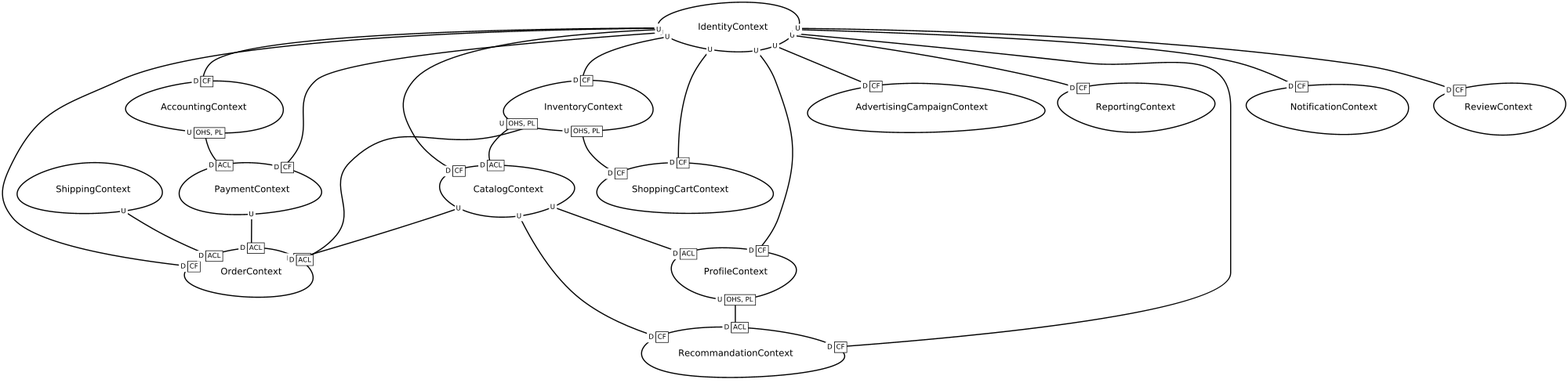
Above: src-gen/movies-albrains_ContextMap.png in movies-albrains/.github (Graphviz), before the change. Its source is kept beside it as src-gen/movies-albrains_ContextMap.gv.
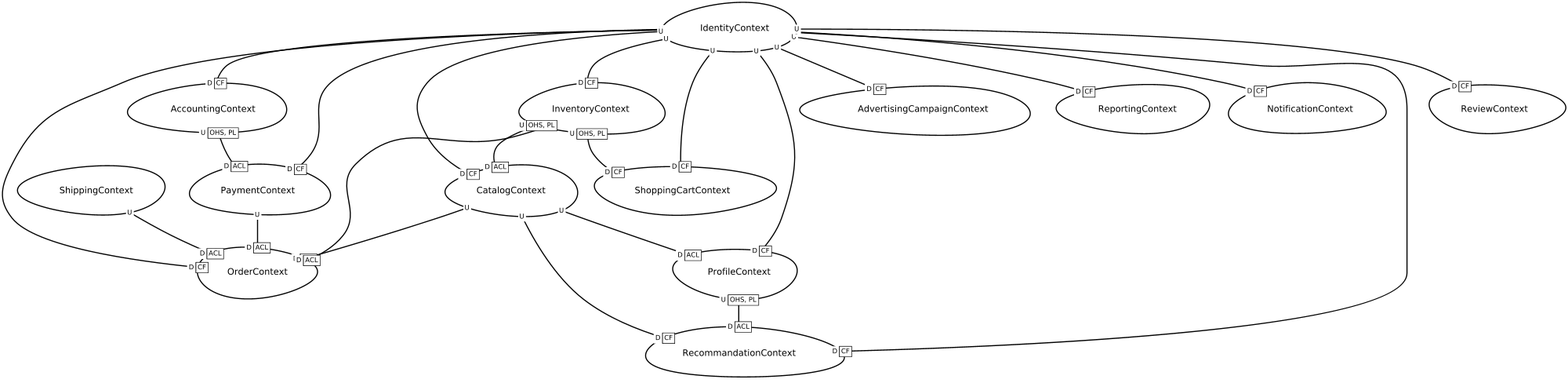
Later version of the same file.

The edit, as a diff of the source:
```diff
@@ -1,30 +1,25 @@
 digraph "ContextMapGraph" {
 graph ["imagepath"="/tmp/GraphvizJava"]
-"AccountingContext" ["margin"="0.3","orientation"="219","shape"="egg","fontsize"="16","style"="bold","label"="AccountingContext\n","fontname"="sans-serif"]
-"PaymentContext" ["margin"="0.3","orientation"="183","shape"="egg","fontsize"="16","style"="bold","label"="PaymentContext\n","fontname"="sans-serif"]
-"OrderContext" ["margin"="0.3","orientation"="90","shape"="egg","fontsize"="16","style"="bold","label"="OrderContext\n","fontname"="sans-serif"]
-"AdvertisingCampaignContext" ["margin"="0.3","orientation"="86","shape"="egg","fontsize"="16","style"="bold","label"="AdvertisingCampaignContext\n","fontname"="sans-serif"]
-"CatalogContext" ["margin"="0.3","orientation"="247","shape"="egg","fontsize"="16","style"="bold","label"="CatalogContext\n","fontname"="sans-serif"]
-"ProfileContext" ["margin"="0.3","orientation"="100","shape"="egg","fontsize"="16","style"="bold","label"="ProfileContext\n","fontname"="sans-serif"]
-"RecommandationContext" ["margin"="0.3","orientation"="197","shape"="egg","fontsize"="16","style"="bold","label"="RecommandationContext\n","fontname"="sans-serif"]
-"IdentityContext" ["margin"="0.3","orientation"="31","shape"="egg","fontsize"="16","style"="bold","label"="IdentityContext\n","fontname"="sans-serif"]
-"ReportingContext" ["margin"="0.3","orientation"="17","shape"="egg","fontsize"="16","style"="bold","label"="ReportingContext\n","fontname"="sans-serif"]
-"InventoryContext" ["margin"="0.3","orientation"="210","shape"="egg","fontsize"="16","style"="bold","label"="InventoryContext\n","fontname"="sans-serif"]
-"ShoppingCartContext" ["margin"="0.3","orientation"="139","shape"="egg","fontsize"="16","style"="bold","label"="ShoppingCartContext\n","fontname"="sans-serif"]
-"NotificationContext" ["margin"="0.3","orientation"="112","shape"="egg","fontsize"="16","style"="bold","label"="NotificationContext\n","fontname"="sans-serif"]
-"ReviewContext" ["margin"="0.3","orientation"="112","shape"="egg","fontsize"="16","style"="bold","label"="ReviewContext\n","fontname"="sans-serif"]
-"ShippingContext" ["margin"="0.3","orientation"="9","shape"="egg","fontsize"="16","style"="bold","label"="ShippingContext\n","fontname"="sans-serif"]
+"AccountingContext" ["margin"="0.3","orientation"="323","shape"="egg","fontsize"="16","style"="bold","label"="AccountingContext\n","fontname"="sans-serif"]
+"PaymentContext" ["margin"="0.3","orientation"="195","shape"="egg","fontsize"="16","style"="bold","label"="PaymentContext\n","fontname"="sans-serif"]
+"OrderContext" ["margin"="0.3","orientation"="234","shape"="egg","fontsize"="16","style"="bold","label"="OrderContext\n","fontname"="sans-serif"]
+"AdvertisingCampaignContext" ["margin"="0.3","orientation"="309","shape"="egg","fontsize"="16","style"="bold","label"="AdvertisingCampaignContext\n","fontname"="sans-serif"]
+"CatalogContext" ["margin"="0.3","orientation"="117","shape"="egg","fontsize"="16","style"="bold","label"="CatalogContext\n","fontname"="sans-serif"]
+"ProfileContext" ["margin"="0.3","orientation"="288","shape"="egg","fontsize"="16","style"="bold","label"="ProfileContext\n","fontname"="sans-serif"]
+"RecommandationContext" ["margin"="0.3","orientation"="62","shape"="egg","fontsize"="16","style"="bold","label"="RecommandationContext\n","fontname"="sans-serif"]
+"IdentityContext" ["margin"="0.3","orientation"="305","shape"="egg","fontsize"="16","style"="bold","label"="IdentityContext\n","fontname"="sans-serif"]
+"ReportingContext" ["margin"="0.3","orientation"="203","shape"="egg","fontsize"="16","style"="bold","label"="ReportingContext\n","fontname"="sans-serif"]
+"NotificationContext" ["margin"="0.3","orientation"="232","shape"="egg","fontsize"="16","style"="bold","label"="NotificationContext\n","fontname"="sans-serif"]
+"InventoryContext" ["margin"="0.3","orientation"="32","shape"="egg","fontsize"="16","style"="bold","label"="InventoryContext\n","fontname"="sans-serif"]
+"ShoppingCartContext" ["margin"="0.3","orientation"="20","shape"="egg","fontsize"="16","style"="bold","label"="ShoppingCartContext\n","fontname"="sans-serif"]
+"ReviewContext" ["margin"="0.3","orientation"="279","shape"="egg","fontsize"="16","style"="bold","label"="ReviewContext\n","fontname"="sans-serif"]
+"ShippingContext" ["margin"="0.3","orientation"="327","shape"="egg","fontsize"="16","style"="bold","label"="ShippingContext\n","fontname"="sans-serif"]
 "AccountingContext" -> "PaymentContext" ["headlabel"=<<table cellspacing="0" cellborder="1" border="0">
 <tr><td bgcolor="white" sides="r">D</td><td sides="trbl" bgcolor="white"><font>ACL</font></td></tr>
 </table>>,"labeldistance"="0","fontsize"="12","taillabel"=<<table cellspacing="0" cellborder="1" border="0">
 <tr><td bgcolor="white" sides="r">U</td><td sides="trbl" bgcolor="white"><font>OHS, PL</font></td></tr>
 </table>>,"style"="bold","label"="                                        ","dir"="none","fontname"="sans-serif"]
 "PaymentContext" -> "OrderContext" ["headlabel"=<<table cellspacing="0" cellborder="1" border="0">
-<tr><td bgcolor="white" sides="r">D</td><td sides="trbl" bgcolor="white"><font>ACL</font></td></tr>
-</table>>,"labeldistance"="0","fontsize"="12","taillabel"=<<table cellspacing="0" cellborder="0" border="0">
-<tr><td bgcolor="white">U</td></tr>
-</table>>,"style"="bold","label"="                                        ","dir"="none","fontname"="sans-serif"]
-"CatalogContext" -> "OrderContext" ["headlabel"=<<table cellspacing="0" cellborder="1" border="0">
 <tr><td bgcolor="white" sides="r">D</td><td sides="trbl" bgcolor="white"><font>ACL</font></td></tr>
 </table>>,"labeldistance"="0","fontsize"="12","taillabel"=<<table cellspacing="0" cellborder="0" border="0">
 <tr><td bgcolor="white">U</td></tr>
@@ -39,6 +34,11 @@
 </table>>,"labeldistance"="0","fontsize"="12","taillabel"=<<table cellspacing="0" cellborder="0" border="0">
 <tr><td bgcolor="white">U</td></tr>
 </table>>,"style"="bold","label"="                                        ","dir"="none","fontname"="sans-serif"]
+"CatalogContext" -> "OrderContext" ["headlabel"=<<table cellspacing="0" cellborder="1" border="0">
+<tr><td bgcolor="white" sides="r">D</td><td sides="trbl" bgcolor="white"><font>ACL</font></td></tr>
+</table>>,"labeldistance"="0","fontsize"="12","taillabel"=<<table cellspacing="0" cellborder="0" border="0">
+<tr><td bgcolor="white">U</td></tr>
+</table>>,"style"="bold","label"="                                        ","dir"="none","fontname"="sans-serif"]
 "ProfileContext" -> "RecommandationContext" ["headlabel"=<<table cellspacing="0" cellborder="1" border="0">
 <tr><td bgcolor="white" sides="r">D</td><td sides="trbl" bgcolor="white"><font>ACL</font></td></tr>
 </table>>,"labeldistance"="0","fontsize"="12","taillabel"=<<table cellspacing="0" cellborder="1" border="0">
@@ -49,12 +49,37 @@
 </table>>,"labeldistance"="0","fontsize"="12","taillabel"=<<table cellspacing="0" cellborder="0" border="0">
 <tr><td bgcolor="white">U</td></tr>
 </table>>,"style"="bold","label"="                                        ","dir"="none","fontname"="sans-serif"]
+"IdentityContext" -> "ProfileContext" ["headlabel"=<<table cellspacing="0" cellborder="1" border="0">
+<tr><td bgcolor="white" sides="r">D</td><td sides="trbl" bgcolor="white"><font>CF</font></td></tr>
+</table>>,"labeldistance"="0","fontsize"="12","taillabel"=<<table cellspacing="0" cellborder="0" border="0">
+<tr><td bgcolor="white">U</td></tr>
+</table>>,"style"="bold","label"="                                        ","dir"="none","fontname"="sans-serif"]
+"IdentityContext" -> "NotificationContext" ["headlabel"=<<table cellspacing="0" cellborder="1" border="0">
+<tr><td bgcolor="white" sides="r">D</td><td sides="trbl" bgcolor="white"><font>CF</font></td></tr>
+</table>>,"labeldistance"="0","fontsize"="12","taillabel"=<<table cellspacing="0" cellborder="0" border="0">
+<tr><td bgcolor="white">U</td></tr>
+</table>>,"style"="bold","label"="                                        ","dir"="none","fontname"="sans-serif"]
+"IdentityContext" -> "PaymentContext" ["headlabel"=<<table cellspacing="0" cellborder="1" border="0">
+<tr><td bgcolor="white" sides="r">D</td><td sides="trbl" bgcolor="white"><font>CF</font></td></tr>
+</table>>,"labeldistance"="0","fontsize"="12","taillabel"=<<table cellspacing="0" cellborder="0" border="0">
+<tr><td bgcolor="white">U</td></tr>
+</table>>,"style"="bold","label"="                                        ","dir"="none","fontname"="sans-serif"]
 "IdentityContext" -> "InventoryContext" ["headlabel"=<<table cellspacing="0" cellborder="1" border="0">
 <tr><td bgcolor="white" sides="r">D</td><td sides="trbl" bgcolor="white"><font>CF</font></td></tr>
 </table>>,"labeldistance"="0","fontsize"="12","taillabel"=<<table cellspacing="0" cellborder="0" border="0">
 <tr><td bgcolor="white">U</td></tr>
 </table>>,"style"="bold","label"="                                        ","dir"="none","fontname"="sans-serif"]
-"IdentityContext" -> "ProfileContext" ["headlabel"=<<table cellspacing="0" cellborder="1" border="0">
+"IdentityContext" -> "ReviewContext" ["headlabel"=<<table cellspacing="0" cellborder="1" border="0">
+<tr><td bgcolor="white" sides="r">D</td><td sides="trbl" bgcolor="white"><font>CF</font></td></tr>
+</table>>,"labeldistance"="0","fontsize"="12","taillabel"=<<table cellspacing="0" cellborder="0" border="0">
+<tr><td bgcolor="white">U</td></tr>
+</table>>,"style"="bold","label"="                                        ","dir"="none","fontname"="sans-serif"]
+"IdentityContext" -> "CatalogContext" ["headlabel"=<<table cellspacing="0" cellborder="1" border="0">
+<tr><td bgcolor="white" sides="r">D</td><td sides="trbl" bgcolor="white"><font>CF</font></td></tr>
+</table>>,"labeldistance"="0","fontsize"="12","taillabel"=<<table cellspacing="0" cellborder="0" border="0">
+<tr><td bgcolor="white">U</td></tr>
+</table>>,"style"="bold","label"="                                        ","dir"="none","fontname"="sans-serif"]
+"IdentityContext" -> "RecommandationContext" ["headlabel"=<<table cellspacing="0" cellborder="1" border="0">
 <tr><td bgcolor="white" sides="r">D</td><td sides="trbl" bgcolor="white"><font>CF</font></td></tr>
 </table>>,"labeldistance"="0","fontsize"="12","taillabel"=<<table cellspacing="0" cellborder="0" border="0">
 <tr><td bgcolor="white">U</td></tr>
@@ -64,17 +89,7 @@
 </table>>,"labeldistance"="0","fontsize"="12","taillabel"=<<table cellspacing="0" cellborder="0" border="0">
 <tr><td bgcolor="white">U</td></tr>
 </table>>,"style"="bold","label"="                                        ","dir"="none","fontname"="sans-serif"]
-"IdentityContext" -> "PaymentContext" ["headlabel"=<<table cellspacing="0" cellborder="1" border="0">
-<tr><td bgcolor="white" sides="r">D</td><td sides="trbl" bgcolor="white"><font>CF</font></td></tr>
-</table>>,"labeldistance"="0","fontsize"="12","taillabel"=<<table cellspacing="0" cellborder="0" border="0">
-<tr><td bgcolor="white">U</td></tr>
-</table>>,"style"="bold","label"="                                        ","dir"="none","fontname"="sans-serif"]
-"IdentityContext" -> "RecommandationContext" ["headlabel"=<<table cellspacing="0" cellborder="1" border="0">
-<tr><td bgcolor="white" sides="r">D</td><td sides="trbl" bgcolor="white"><font>CF</font></td></tr>
-</table>>,"labeldistance"="0","fontsize"="12","taillabel"=<<table cellspacing="0" cellborder="0" border="0">
-<tr><td bgcolor="white">U</td></tr>
-</table>>,"style"="bold","label"="                                        ","dir"="none","fontname"="sans-serif"]
-"IdentityContext" -> "NotificationContext" ["headlabel"=<<table cellspacing="0" cellborder="1" border="0">
+"IdentityContext" -> "ShoppingCartContext" ["headlabel"=<<table cellspacing="0" cellborder="1" border="0">
 <tr><td bgcolor="white" sides="r">D</td><td sides="trbl" bgcolor="white"><font>CF</font></td></tr>
 </table>>,"labeldistance"="0","fontsize"="12","taillabel"=<<table cellspacing="0" cellborder="0" border="0">
 <tr><td bgcolor="white">U</td></tr>
@@ -84,23 +99,13 @@
 </table>>,"labeldistance"="0","fontsize"="12","taillabel"=<<table cellspacing="0" cellborder="0" border="0">
 <tr><td bgcolor="white">U</td></tr>
 </table>>,"style"="bold","label"="                                        ","dir"="none","fontname"="sans-serif"]
-"IdentityContext" -> "CatalogContext" ["headlabel"=<<table cellspacing="0" cellborder="1" border="0">
+"IdentityContext" -> "AccountingContext" ["headlabel"=<<table cellspacing="0" cellborder="1" border="0">
 <tr><td bgcolor="white" sides="r">D</td><td sides="trbl" bgcolor="white"><font>CF</font></td></tr>
 </table>>,"labeldistance"="0","fontsize"="12","taillabel"=<<table cellspacing="0" cellborder="0" border="0">
 <tr><td bgcolor="white">U</td></tr>
 </table>>,"style"="bold","label"="                                        ","dir"="none","fontname"="sans-serif"]
-"IdentityContext" -> "ReviewContext" ["headlabel"=<<table cellspacing="0" cellborder="1" border="0">
-<tr><td bgcolor="white" sides="r">D</td><td sides="trbl" bgcolor="white"><font>CF</font></td></tr>
-</table>>,"labeldistance"="0","fontsize"="12","taillabel"=<<table cellspacing="0" cellborder="0" border="0">
-<tr><td bgcolor="white">U</td></tr>
-</table>>,"style"="bold","label"="                                        ","dir"="none","fontname"="sans-serif"]
-"IdentityContext" -> "ShoppingCartContext" ["headlabel"=<<table cellspacing="0" cellborder="1" border="0">
-<tr><td bgcolor="white" sides="r">D</td><td sides="trbl" bgcolor="white"><font>CF</font></td></tr>
-</table>>,"labeldistance"="0","fontsize"="12","taillabel"=<<table cellspacing="0" cellborder="0" border="0">
-<tr><td bgcolor="white">U</td></tr>
-</table>>,"style"="bold","label"="                                        ","dir"="none","fontname"="sans-serif"]
-"IdentityContext" -> "AccountingContext" ["headlabel"=<<table cellspacing="0" cellborder="1" border="0">
-<tr><td bgcolor="white" sides="r">D</td><td sides="trbl" bgcolor="white"><font>CF</font></td></tr>
+"InventoryContext" -> "OrderContext" ["headlabel"=<<table cellspacing="0" cellborder="1" border="0">
+<tr><td bgcolor="white" sides="r">D</td><td sides="trbl" bgcolor="white"><font>ACL</font></td></tr>
 </table>>,"labeldistance"="0","fontsize"="12","taillabel"=<<table cellspacing="0" cellborder="0" border="0">
 <tr><td bgcolor="white">U</td></tr>
 </table>>,"style"="bold","label"="                                        ","dir"="none","fontname"="sans-serif"]
@@ -114,11 +119,6 @@
 </table>>,"labeldistance"="0","fontsize"="12","taillabel"=<<table cellspacing="0" cellborder="1" border="0">
 <tr><td bgcolor="white" sides="r">U</td><td sides="trbl" bgcolor="white"><font>OHS, PL</font></td></tr>
 </table>>,"style"="bold","label"="                                        ","dir"="none","fontname"="sans-serif"]
-"InventoryContext" -> "OrderContext" ["headlabel"=<<table cellspacing="0" cellborder="1" border="0">
-<tr><td bgcolor="white" sides="r">D</td><td sides="trbl" bgcolor="white"><font>ACL</font></td></tr>
-</table>>,"labeldistance"="0","fontsize"="12","taillabel"=<<table cellspacing="0" cellborder="0" border="0">
-<tr><td bgcolor="white">U</td></tr>
-</table>>,"style"="bold","label"="                                        ","dir"="none","fontname"="sans-serif"]
 "ShippingContext" -> "OrderContext" ["headlabel"=<<table cellspacing="0" cellborder="1" border="0">
 <tr><td bgcolor="white" sides="r">D</td><td sides="trbl" bgcolor="white"><font>ACL</font></td></tr>
 </table>>,"labeldistance"="0","fontsize"="12","taillabel"=<<table cellspacing="0" cellborder="0" border="0">
```
